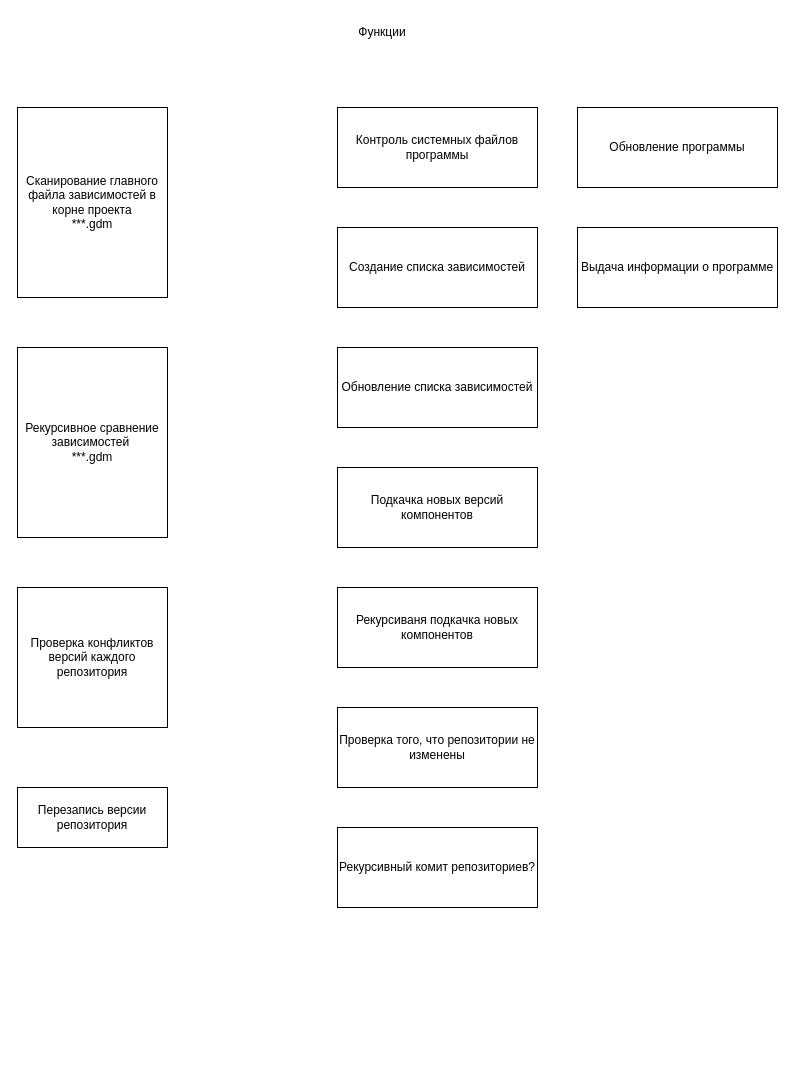
Above: page "Функциональная схема" (1 of 2) of gdm_scheme.drawio in lobovAuto/gdm (draw.io), before the change. Source tidied: cells renumbered, new cells numbered last; positions are measured from the earlier drawing's top-left corner, leaving out a move shared by most shapes. Both pictures are drawn from the tidied source at 100%, with x=0, y=0 at pixel (17, 17).
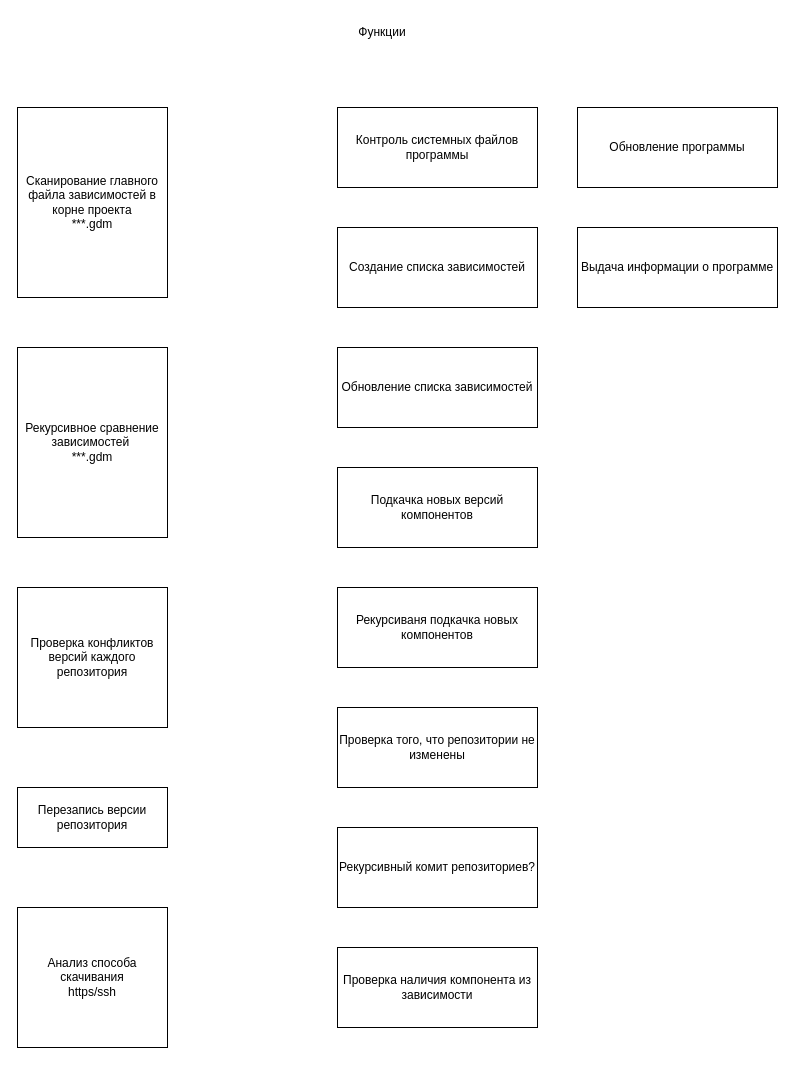
After the change.

Change to the diagram source:
```diff
@@
 <mxGraphModel>
   <root>
     <mxCell id="0" />
     <mxCell id="1" parent="0" />
     <mxCell id="2" value="Сканирование главного файла зависимостей в корне проекта&lt;br&gt;***.gdm" style="rounded=0;whiteSpace=wrap;html=1;" parent="1" vertex="1">
       <mxGeometry y="90" width="150" height="190" as="geometry" />
     </mxCell>
     <mxCell id="3" value="Функции" style="text;html=1;strokeColor=none;fillColor=none;align=center;verticalAlign=middle;whiteSpace=wrap;rounded=0;" parent="1" vertex="1">
       <mxGeometry x="220" width="290" height="30" as="geometry" />
     </mxCell>
     <mxCell id="4" value="Контроль системных файлов программы" style="rounded=0;whiteSpace=wrap;html=1;" parent="1" vertex="1">
       <mxGeometry x="320" y="90" width="200" height="80" as="geometry" />
     </mxCell>
     <mxCell id="5" value="Создание списка зависимостей" style="rounded=0;whiteSpace=wrap;html=1;" parent="1" vertex="1">
       <mxGeometry x="320" y="210" width="200" height="80" as="geometry" />
     </mxCell>
     <mxCell id="6" value="Обновление списка зависимостей" style="rounded=0;whiteSpace=wrap;html=1;" parent="1" vertex="1">
       <mxGeometry x="320" y="330" width="200" height="80" as="geometry" />
     </mxCell>
     <mxCell id="7" value="Рекурсивное сравнение зависимостей&amp;nbsp;&lt;br&gt;***.gdm" style="rounded=0;whiteSpace=wrap;html=1;" parent="1" vertex="1">
       <mxGeometry y="330" width="150" height="190" as="geometry" />
     </mxCell>
     <mxCell id="8" value="Проверка конфликтов версий каждого репозитория" style="rounded=0;whiteSpace=wrap;html=1;" parent="1" vertex="1">
       <mxGeometry y="570" width="150" height="140" as="geometry" />
     </mxCell>
     <mxCell id="9" value="Перезапись версии репозитория" style="rounded=0;whiteSpace=wrap;html=1;" parent="1" vertex="1">
       <mxGeometry y="770" width="150" height="60" as="geometry" />
     </mxCell>
     <mxCell id="10" value="Обновление программы" style="rounded=0;whiteSpace=wrap;html=1;" parent="1" vertex="1">
       <mxGeometry x="560" y="90" width="200" height="80" as="geometry" />
     </mxCell>
     <mxCell id="11" value="Подкачка новых версий компонентов" style="rounded=0;whiteSpace=wrap;html=1;" parent="1" vertex="1">
       <mxGeometry x="320" y="450" width="200" height="80" as="geometry" />
     </mxCell>
     <mxCell id="12" value="Проверка того, что репозитории не изменены" style="rounded=0;whiteSpace=wrap;html=1;" parent="1" vertex="1">
       <mxGeometry x="320" y="690" width="200" height="80" as="geometry" />
     </mxCell>
     <mxCell id="13" value="Рекурсивный комит репозиториев?" style="rounded=0;whiteSpace=wrap;html=1;" parent="1" vertex="1">
       <mxGeometry x="320" y="810" width="200" height="80" as="geometry" />
     </mxCell>
     <mxCell id="14" value="Выдача информации о программе" style="rounded=0;whiteSpace=wrap;html=1;" parent="1" vertex="1">
       <mxGeometry x="560" y="210" width="200" height="80" as="geometry" />
     </mxCell>
     <mxCell id="15" value="Рекурсиваня подкачка новых компонентов" style="rounded=0;whiteSpace=wrap;html=1;" parent="1" vertex="1">
       <mxGeometry x="320" y="570" width="200" height="80" as="geometry" />
     </mxCell>
+    <mxCell id="16" value="Анализ способа скачивания&lt;br&gt;https/ssh" style="rounded=0;whiteSpace=wrap;html=1;" parent="1" vertex="1">
+      <mxGeometry y="890" width="150" height="140" as="geometry" />
+    </mxCell>
+    <mxCell id="17" value="Проверка наличия компонента из зависимости" style="rounded=0;whiteSpace=wrap;html=1;" parent="1" vertex="1">
+      <mxGeometry x="320" y="930" width="200" height="80" as="geometry" />
+    </mxCell>
   </root>
 </mxGraphModel>
```
